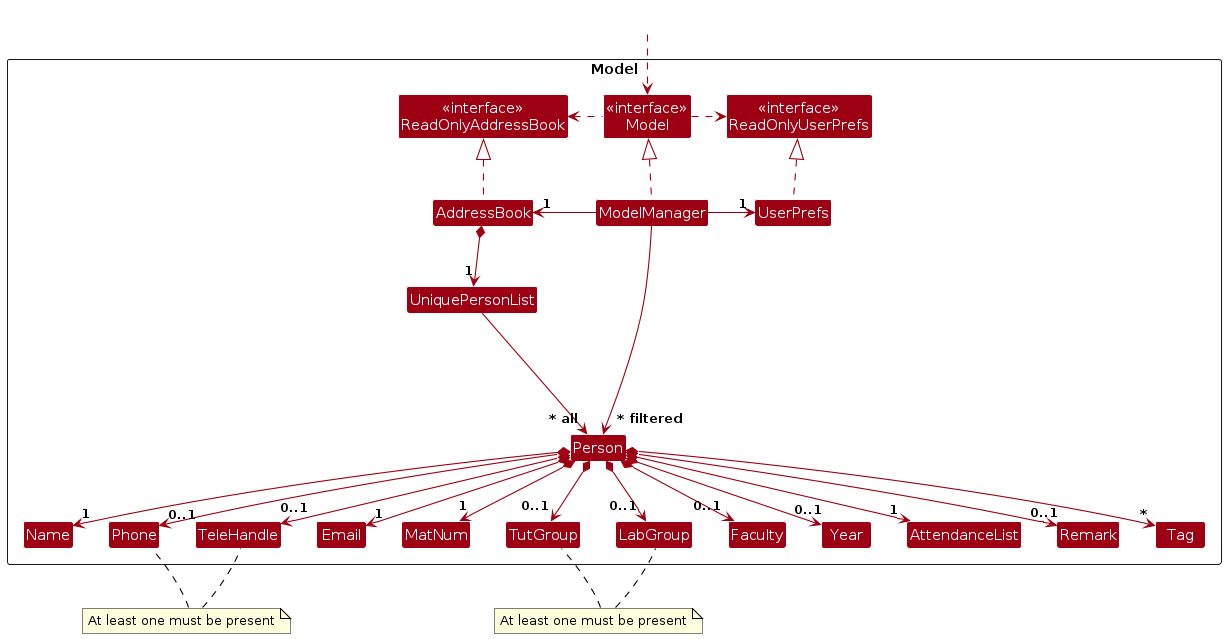
Earlier version of the PlantUML export diagrams/ModelClassDiagram.png (ChinZJ/tp). Its source is kept beside it as diagrams/ModelClassDiagram.puml. The source it was exported from:
```plantuml
@startuml
!include style.puml
skinparam arrowThickness 1.1
skinparam arrowColor MODEL_COLOR
skinparam classBackgroundColor MODEL_COLOR

skinparam noteBorderColor black
skinparam noteFontColor black
skinparam noteLinkColor black

Package Model as ModelPackage <<Rectangle>>{
Class "<<interface>>\nReadOnlyAddressBook" as ReadOnlyAddressBook
Class "<<interface>>\nReadOnlyUserPrefs" as ReadOnlyUserPrefs
Class "<<interface>>\nModel" as Model
Class AddressBook
Class ModelManager
Class UserPrefs

Class UniquePersonList
Class Person
Class TeleHandle
Class Email
Class MatNum
Class Year
Class Faculty
Class Remark
Class LabGroup
Class TutGroup
Class Name
Class Phone
Class Tag
Class AttendanceList

Class I #FFFFFF
}

Class HiddenOutside #FFFFFF
HiddenOutside ..> Model

AddressBook .up.|> ReadOnlyAddressBook

ModelManager .up.|> Model
Model .right.> ReadOnlyUserPrefs
Model .left.> ReadOnlyAddressBook
ModelManager -left-> "1" AddressBook
ModelManager -right-> "1" UserPrefs
UserPrefs .up.|> ReadOnlyUserPrefs

AddressBook *--> "1" UniquePersonList
UniquePersonList --> "~* all" Person
Person *--> "1" Name
Person *--> "0..1" Phone
Person *--> "0..1" TeleHandle
Person *--> "1" Email
Person *--> "1" MatNum
Person *--> "0..1" TutGroup
Person *--> "0..1" LabGroup
Person *--> "0..1" Faculty
Person *--> "0..1" Year
Person *--> "1" AttendanceList
Person *--> "0..1" Remark
Person *--> "*" Tag

Person -[hidden]up--> I
UniquePersonList -[hidden]right-> I

Name -[hidden]right-> Phone
Phone -[hidden]right-> TeleHandle
TeleHandle -[hidden]right-> Email
Email -[hidden]right-> MatNum
MatNum -[hidden]right-> TutGroup
TutGroup -[hidden]right-> LabGroup
LabGroup -[hidden]right-> Faculty
Faculty -[hidden]right-> Year
Year -[hidden]right-> AttendanceList
AttendanceList -[hidden]right-> Remark
Remark -[hidden]right-> Tag

note "At least one must be present" as PhoneTeleNote
PhoneTeleNote .. Phone #black
PhoneTeleNote .. TeleHandle #black
TeleHandle -[hidden]down-> PhoneTeleNote
Phone -[hidden]down-> PhoneTeleNote

note "At least one must be present" as TutLabNote
TutLabNote .. TutGroup #black
TutLabNote .. LabGroup #black
TutGroup -[hidden]down-> TutLabNote
LabGroup -[hidden]down-> TutLabNote

ModelManager --> "~* filtered" Person
@enduml
```
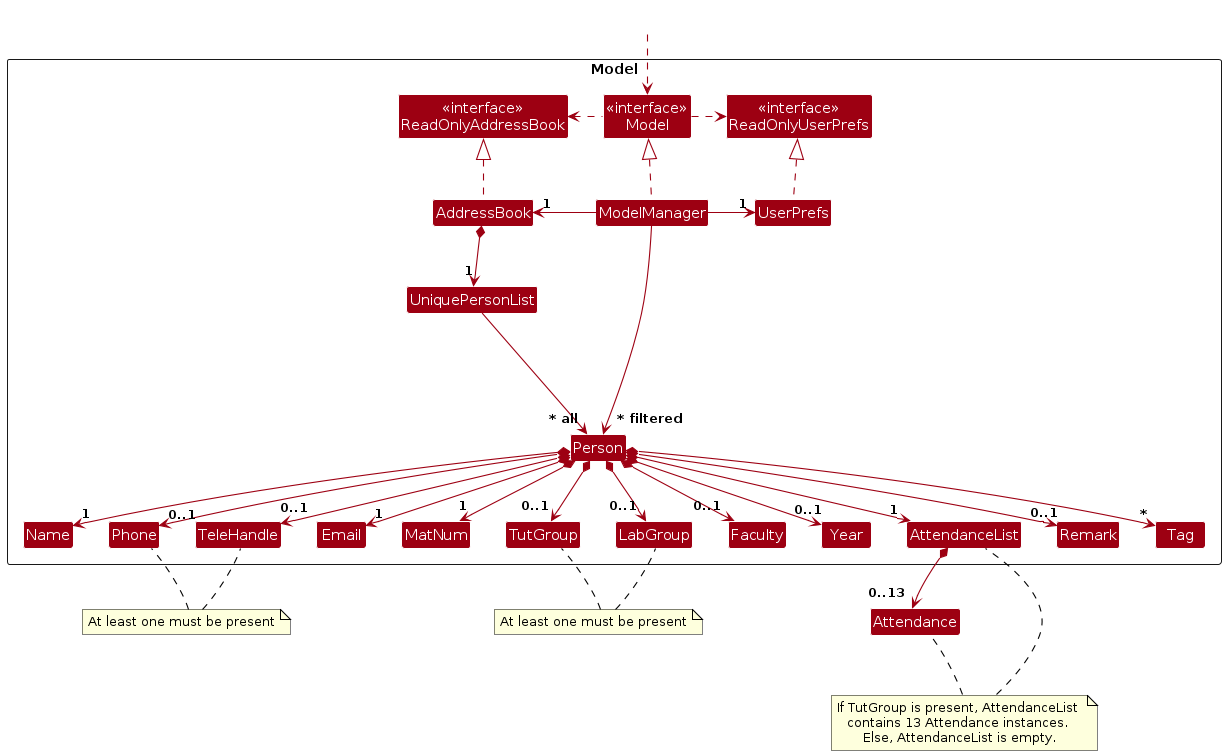
After the commit.

Diff of the diagram source:
```diff
@@ -60,6 +60,7 @@
 Person *--> "1" AttendanceList
 Person *--> "0..1" Remark
 Person *--> "*" Tag
+AttendanceList *--> "0..13" Attendance
 
 Person -[hidden]up--> I
 UniquePersonList -[hidden]right-> I
@@ -75,6 +76,7 @@
 Year -[hidden]right-> AttendanceList
 AttendanceList -[hidden]right-> Remark
 Remark -[hidden]right-> Tag
+Attendance -[hidden]up-> AttendanceList
 
 note "At least one must be present" as PhoneTeleNote
 PhoneTeleNote .. Phone #black
@@ -88,5 +90,11 @@
 TutGroup -[hidden]down-> TutLabNote
 LabGroup -[hidden]down-> TutLabNote
 
+note "If TutGroup is present, AttendanceList \ncontains 13 Attendance instances. \nElse, AttendanceList is empty." as AttListNote
+AttListNote .. AttendanceList #black
+AttListNote .. Attendance #black
+AttendanceList -[hidden]down-> AttListNote
+Attendance -[hidden]down-> AttListNote
+
 ModelManager --> "~* filtered" Person
 @enduml
```
